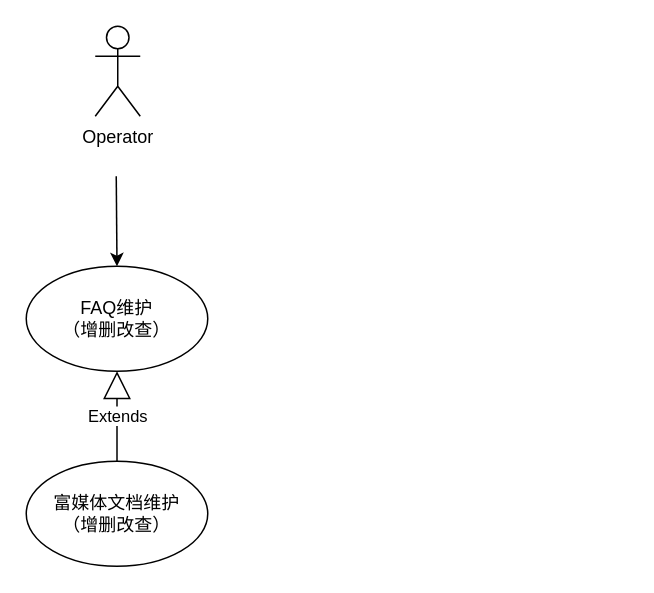
Above: 宇视云App之FAQ用例视图.drawio in HuaHero/OnLineFaq (draw.io), before the change. Source tidied: cells renumbered, new cells numbered last; positions are measured from the earlier drawing's top-left corner, leaving out a move shared by most shapes. Both pictures are drawn from the tidied source at 150%, with x=0, y=0 at pixel (26, 26).
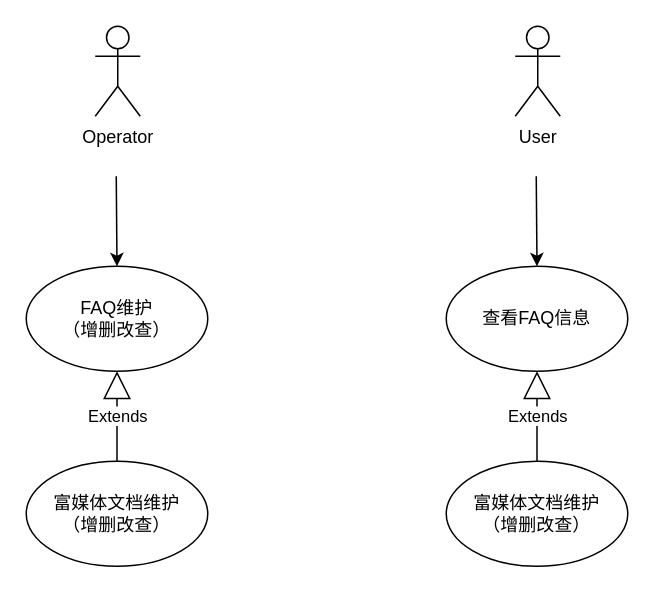
The same page after the edit.

Commit message (it also covers changes not shown here):
更新宇视云App之FAQ用例视图.drawio

Change to the diagram source:
```diff
@@
 <mxGraphModel>
   <root>
     <mxCell id="0" />
     <mxCell id="1" parent="0" />
     <mxCell id="2" value="Operator" style="shape=umlActor;verticalLabelPosition=bottom;verticalAlign=top;html=1;" parent="1" vertex="1">
       <mxGeometry x="46" width="30" height="60" as="geometry" />
     </mxCell>
     <mxCell id="3" value="FAQ维护&lt;div&gt;（增删改查）&lt;/div&gt;" style="ellipse;whiteSpace=wrap;html=1;" parent="1" vertex="1">
       <mxGeometry y="160" width="121" height="70" as="geometry" />
     </mxCell>
     <mxCell id="4" value="富媒体文档维护&lt;div&gt;（增删改查）&lt;/div&gt;" style="ellipse;whiteSpace=wrap;html=1;" parent="1" vertex="1">
       <mxGeometry y="290" width="121" height="70" as="geometry" />
     </mxCell>
     <mxCell id="5" value="Extends" style="endArrow=block;endSize=16;endFill=0;html=1;rounded=0;entryX=0.5;entryY=1;entryDx=0;entryDy=0;exitX=0.5;exitY=0;exitDx=0;exitDy=0;" parent="1" edge="1" source="4" target="3">
       <mxGeometry relative="1" as="geometry" />
     </mxCell>
     <mxCell id="6" style="endArrow=classic;html=1;rounded=0;entryX=0.5;entryY=0;entryDx=0;entryDy=0;" parent="1" edge="1" target="3">
       <mxGeometry relative="1" as="geometry">
         <mxPoint x="60" y="100" as="sourcePoint" />
       </mxGeometry>
     </mxCell>
+    <mxCell id="7" value="User" style="shape=umlActor;verticalLabelPosition=bottom;verticalAlign=top;html=1;" parent="1" vertex="1">
+      <mxGeometry x="326" width="30" height="60" as="geometry" />
+    </mxCell>
+    <mxCell id="8" value="查看FAQ信息" style="ellipse;whiteSpace=wrap;html=1;" parent="1" vertex="1">
+      <mxGeometry x="280" y="160" width="121" height="70" as="geometry" />
+    </mxCell>
+    <mxCell id="9" value="富媒体文档维护&lt;div&gt;（增删改查）&lt;/div&gt;" style="ellipse;whiteSpace=wrap;html=1;" parent="1" vertex="1">
+      <mxGeometry x="280" y="290" width="121" height="70" as="geometry" />
+    </mxCell>
+    <mxCell id="10" value="Extends" style="endArrow=block;endSize=16;endFill=0;html=1;rounded=0;entryX=0.5;entryY=1;entryDx=0;entryDy=0;exitX=0.5;exitY=0;exitDx=0;exitDy=0;" parent="1" edge="1" source="9" target="8">
+      <mxGeometry relative="1" as="geometry" />
+    </mxCell>
+    <mxCell id="11" style="endArrow=classic;html=1;rounded=0;entryX=0.5;entryY=0;entryDx=0;entryDy=0;" parent="1" edge="1" target="8">
+      <mxGeometry relative="1" as="geometry">
+        <mxPoint x="340" y="100" as="sourcePoint" />
+      </mxGeometry>
+    </mxCell>
   </root>
 </mxGraphModel>
```
